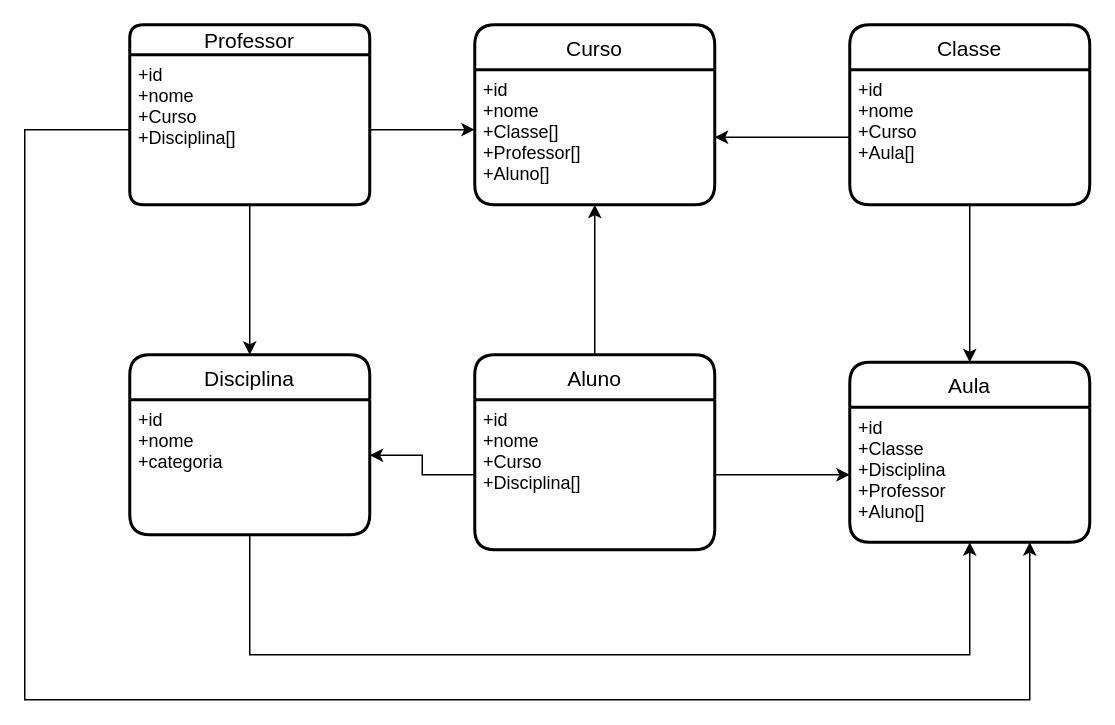
The draw.io diagram Diagrama sem nome.drawio in Leodf/clean-api, before the edit. Source tidied: cells renumbered, new cells numbered last; positions are measured from the earlier drawing's top-left corner, leaving out a move shared by most shapes. Both pictures are drawn from the tidied source at 150%, with x=0, y=0 at pixel (24, 24).
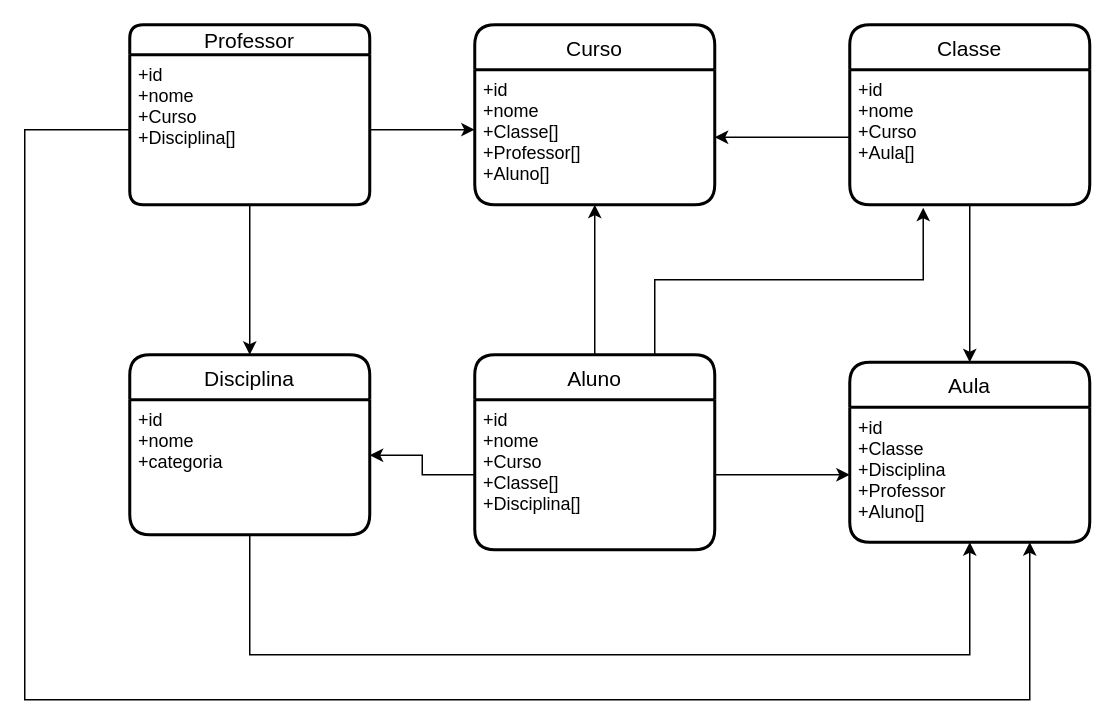
Above is the later version.

Unchanged cells that the change refers to:
```xml
<mxCell id="7" value="+id&#10;+nome&#10;+Curso&#10;+Aula[]" style="align=left;strokeColor=none;fillColor=none;spacingLeft=4;fontSize=12;verticalAlign=top;" parent="6" vertex="1">
  <mxGeometry y="30" width="160" height="90" as="geometry" />
</mxCell>
<mxCell id="11" value="Aluno" style="swimlane;horizontal=1;startSize=30;rounded=1;fontSize=14;fontStyle=0;strokeWidth=2;shadow=0;dashed=0;align=center;" parent="1" vertex="1">
  <mxGeometry x="300" y="220" width="160" height="130" as="geometry" />
</mxCell>
```

What changed in the source:
```diff
@@
+    <mxCell id="23" style="edgeStyle=orthogonalEdgeStyle;rounded=0;jettySize=auto;html=1;exitX=0.75;exitY=0;exitDx=0;exitDy=0;entryX=0.306;entryY=1.022;entryDx=0;entryDy=0;entryPerimeter=0;" parent="1" edge="1" source="11" target="7">
+      <mxGeometry relative="1" as="geometry" />
+    </mxCell>
@@
-    <mxCell id="12" value="+id&#10;+nome&#10;+Curso&#10;+Disciplina[]" style="align=left;strokeColor=none;fillColor=none;spacingLeft=4;fontSize=12;verticalAlign=top;" parent="11" vertex="1">
+    <mxCell id="12" value="+id&#10;+nome&#10;+Curso&#10;+Classe[]&#10;+Disciplina[]" style="align=left;strokeColor=none;fillColor=none;spacingLeft=4;fontSize=12;verticalAlign=top;" parent="11" vertex="1">
       <mxGeometry y="30" width="160" height="100" as="geometry" />
     </mxCell>
```
